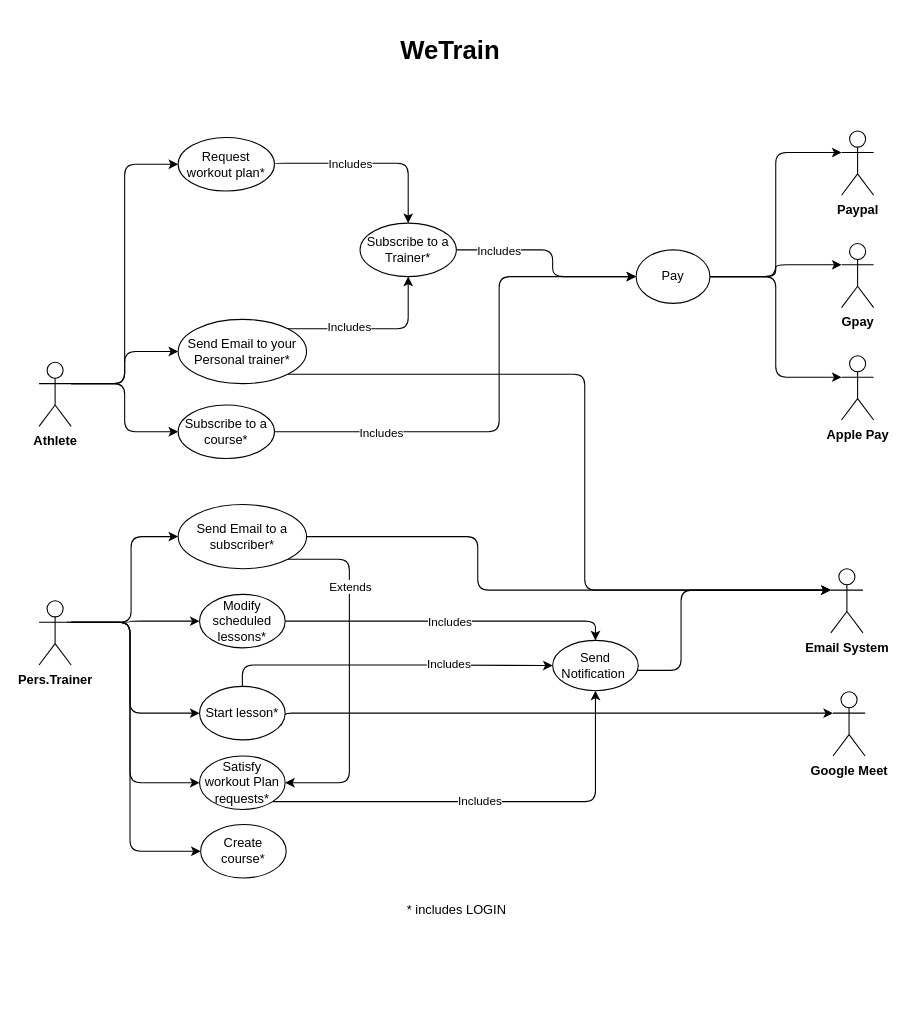
Bobbarello00/WeTrain keeps this draw.io diagram as UCdiagram.drawio. Above is the earlier version. Source tidied: cells renumbered, new cells numbered last; positions are measured from the earlier drawing's top-left corner, leaving out a move shared by most shapes. Both pictures are drawn from the tidied source at 107%, with x=0, y=0 at pixel (39, 24).
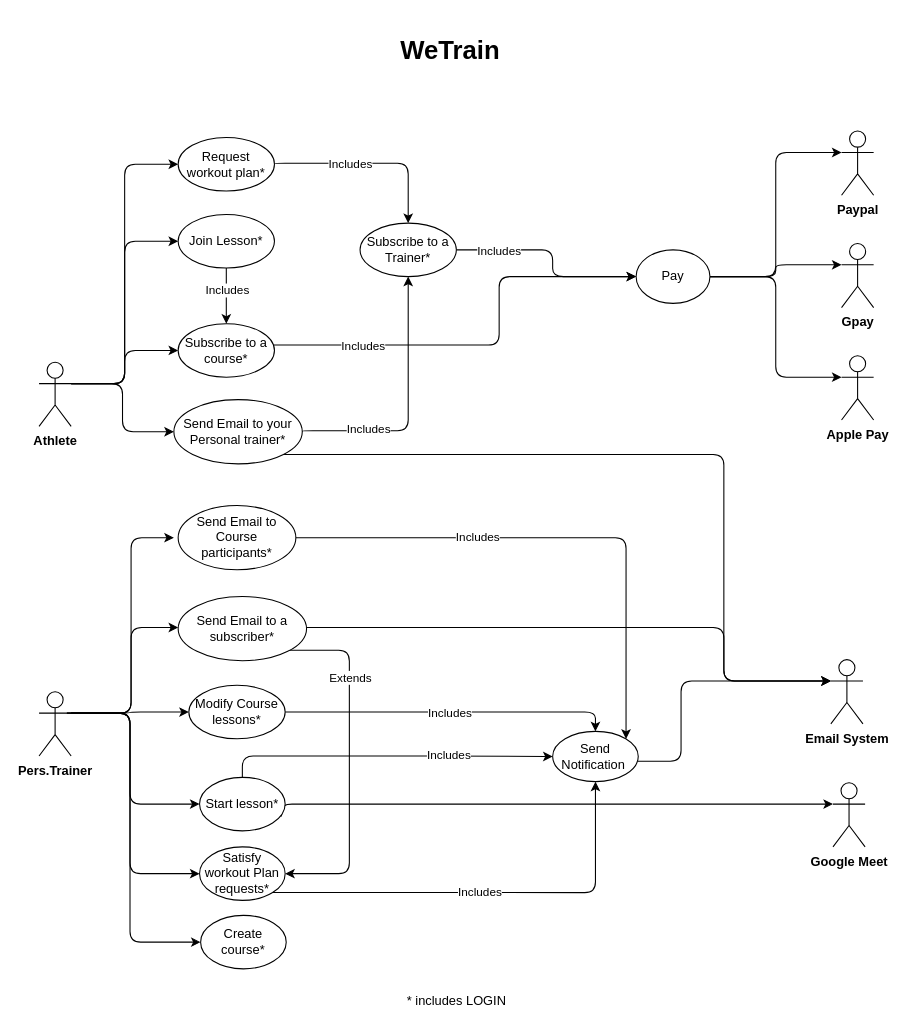
The same page after the edit.

The change refers to these unchanged cells:
```xml
<mxCell id="5" value="&lt;b&gt;Athlete&lt;/b&gt;" style="shape=umlActor;verticalLabelPosition=bottom;verticalAlign=top;html=1;outlineConnect=0;rounded=1;" parent="1" vertex="1">
  <mxGeometry y="316" width="30" height="60" as="geometry" />
</mxCell>
<mxCell id="39" value="Pay" style="ellipse;whiteSpace=wrap;html=1;rounded=1;" parent="1" vertex="1">
  <mxGeometry x="558" y="211" width="69" height="50" as="geometry" />
</mxCell>
<mxCell id="48" value="Subscribe to a Trainer*" style="ellipse;whiteSpace=wrap;html=1;rounded=1;" parent="1" vertex="1">
  <mxGeometry x="300" y="186" width="90" height="50" as="geometry" />
</mxCell>
```

The edit, as a diff of the source:
```diff
@@
+    <mxCell id="53" style="edgeStyle=orthogonalEdgeStyle;rounded=1;jettySize=auto;html=1;exitX=1;exitY=0.3333333333333333;exitDx=0;exitDy=0;exitPerimeter=0;entryX=0;entryY=0.5;entryDx=0;entryDy=0;" parent="1" edge="1" source="5" target="60">
+      <mxGeometry relative="1" as="geometry" />
+    </mxCell>
@@
     <mxCell id="6" style="edgeStyle=orthogonalEdgeStyle;rounded=1;jettySize=auto;html=1;exitX=1;exitY=0.3333333333333333;exitDx=0;exitDy=0;exitPerimeter=0;entryX=0;entryY=0.5;entryDx=0;entryDy=0;entryPerimeter=0;" parent="1" edge="1" source="11" target="18">
       <mxGeometry relative="1" as="geometry">
         <Array as="points">
-          <mxPoint x="85" y="559" />
-          <mxPoint x="85" y="558" />
+          <mxPoint x="85" y="644" />
+          <mxPoint x="85" y="643" />
         </Array>
       </mxGeometry>
     </mxCell>
     <mxCell id="7" style="edgeStyle=orthogonalEdgeStyle;rounded=1;jettySize=auto;html=1;exitX=1;exitY=0.3333333333333333;exitDx=0;exitDy=0;exitPerimeter=0;entryX=0;entryY=0.5;entryDx=0;entryDy=0;" parent="1" edge="1" source="11" target="21">
       <mxGeometry relative="1" as="geometry">
         <Array as="points">
-          <mxPoint x="85" y="559" />
           <mxPoint x="85" y="644" />
+          <mxPoint x="85" y="729" />
         </Array>
       </mxGeometry>
     </mxCell>
     <mxCell id="8" style="edgeStyle=orthogonalEdgeStyle;rounded=1;jettySize=auto;html=1;entryX=0;entryY=0.5;entryDx=0;entryDy=0;exitX=1;exitY=0.3333333333333333;exitDx=0;exitDy=0;exitPerimeter=0;" parent="1" edge="1" source="11" target="35">
       <mxGeometry relative="1" as="geometry">
         <Array as="points">
-          <mxPoint x="85" y="559" />
-          <mxPoint x="85" y="709" />
+          <mxPoint x="85" y="644" />
+          <mxPoint x="85" y="794" />
         </Array>
       </mxGeometry>
     </mxCell>
     <mxCell id="9" style="edgeStyle=orthogonalEdgeStyle;rounded=1;jettySize=auto;html=1;exitX=1;exitY=0.3333333333333333;exitDx=0;exitDy=0;exitPerimeter=0;entryX=0;entryY=0.5;entryDx=0;entryDy=0;" parent="1" edge="1" source="11" target="42">
       <mxGeometry relative="1" as="geometry">
         <Array as="points">
-          <mxPoint x="85" y="559" />
-          <mxPoint x="85" y="773" />
+          <mxPoint x="85" y="644" />
+          <mxPoint x="85" y="858" />
         </Array>
       </mxGeometry>
     </mxCell>
-    <mxCell id="10" style="edgeStyle=orthogonalEdgeStyle;rounded=1;jettySize=auto;html=1;exitX=1;exitY=0.3333333333333333;exitDx=0;exitDy=0;exitPerimeter=0;entryX=0;entryY=0.5;entryDx=0;entryDy=0;" parent="1" edge="1" target="52">
+    <mxCell id="10" style="edgeStyle=orthogonalEdgeStyle;rounded=1;orthogonalLoop=1;jettySize=auto;html=1;exitX=1;exitY=0.3333333333333333;exitDx=0;exitDy=0;exitPerimeter=0;entryX=0;entryY=0.5;entryDx=0;entryDy=0;" parent="1" edge="1">
       <mxGeometry relative="1" as="geometry">
-        <mxPoint x="26" y="559" as="sourcePoint" />
+        <mxPoint x="26" y="644" as="sourcePoint" />
+        <mxPoint x="130" y="564" as="targetPoint" />
         <Array as="points">
-          <mxPoint x="86" y="559" />
-          <mxPoint x="86" y="479" />
+          <mxPoint x="86" y="644" />
+          <mxPoint x="86" y="564" />
         </Array>
       </mxGeometry>
     </mxCell>
+    <mxCell id="54" style="edgeStyle=orthogonalEdgeStyle;rounded=1;orthogonalLoop=1;jettySize=auto;html=1;exitX=1;exitY=0.3333333333333333;exitDx=0;exitDy=0;exitPerimeter=0;entryX=0;entryY=0.5;entryDx=0;entryDy=0;" parent="1" edge="1">
+      <mxGeometry relative="1" as="geometry">
+        <mxPoint x="26" y="644" as="sourcePoint" />
+        <mxPoint x="126" y="480" as="targetPoint" />
+        <Array as="points">
+          <mxPoint x="86" y="644" />
+          <mxPoint x="86" y="480" />
+        </Array>
+      </mxGeometry>
+    </mxCell>
     <mxCell id="11" value="&lt;b&gt;Pers.Trainer&lt;/b&gt;" style="shape=umlActor;verticalLabelPosition=bottom;verticalAlign=top;html=1;outlineConnect=0;rounded=1;" parent="1" vertex="1">
-      <mxGeometry y="539" width="30" height="60" as="geometry" />
+      <mxGeometry y="624" width="30" height="60" as="geometry" />
     </mxCell>
@@
     <mxCell id="15" style="edgeStyle=orthogonalEdgeStyle;rounded=1;jettySize=auto;html=1;exitX=0.955;exitY=0.732;exitDx=0;exitDy=0;entryX=0;entryY=0.3333333333333333;entryDx=0;entryDy=0;entryPerimeter=0;exitPerimeter=0;" parent="1" edge="1" source="21" target="41">
       <mxGeometry relative="1" as="geometry">
         <Array as="points">
-          <mxPoint x="226" y="644" />
+          <mxPoint x="226" y="729" />
         </Array>
       </mxGeometry>
     </mxCell>
     <mxCell id="16" style="edgeStyle=orthogonalEdgeStyle;rounded=1;jettySize=auto;html=1;exitX=1;exitY=0.5;exitDx=0;exitDy=0;entryX=0.5;entryY=0;entryDx=0;entryDy=0;" parent="1" edge="1" source="18" target="23">
       <mxGeometry relative="1" as="geometry">
         <Array as="points">
-          <mxPoint x="230" y="558" />
-          <mxPoint x="520" y="558" />
+          <mxPoint x="230" y="643" />
+          <mxPoint x="520" y="643" />
         </Array>
       </mxGeometry>
     </mxCell>
@@
-    <mxCell id="18" value="Modify scheduled lessons*" style="ellipse;whiteSpace=wrap;html=1;rounded=1;" parent="1" vertex="1">
-      <mxGeometry x="150" y="533" width="80" height="50" as="geometry" />
+    <mxCell id="18" value="Modify Course lessons*" style="ellipse;whiteSpace=wrap;html=1;rounded=1;" parent="1" vertex="1">
+      <mxGeometry x="140" y="618" width="90" height="50" as="geometry" />
     </mxCell>
@@
     <mxCell id="21" value="Start lesson*" style="ellipse;whiteSpace=wrap;html=1;rounded=1;" parent="1" vertex="1">
-      <mxGeometry x="150" y="619" width="80" height="50" as="geometry" />
+      <mxGeometry x="150" y="704" width="80" height="50" as="geometry" />
     </mxCell>
     <mxCell id="22" style="edgeStyle=orthogonalEdgeStyle;rounded=1;jettySize=auto;html=1;entryX=0;entryY=0.3333333333333333;entryDx=0;entryDy=0;entryPerimeter=0;" parent="1" edge="1" source="23" target="44">
       <mxGeometry relative="1" as="geometry">
         <Array as="points">
-          <mxPoint x="600" y="604" />
-          <mxPoint x="600" y="529" />
+          <mxPoint x="600" y="689" />
+          <mxPoint x="600" y="614" />
         </Array>
       </mxGeometry>
     </mxCell>
     <mxCell id="23" value="Send Notification&amp;nbsp;" style="ellipse;whiteSpace=wrap;html=1;rounded=1;" parent="1" vertex="1">
-      <mxGeometry x="480" y="576" width="80" height="47" as="geometry" />
+      <mxGeometry x="480" y="661" width="80" height="47" as="geometry" />
     </mxCell>
-    <mxCell id="24" style="edgeStyle=orthogonalEdgeStyle;rounded=1;jettySize=auto;html=1;entryX=0.5;entryY=1;entryDx=0;entryDy=0;exitX=1;exitY=0;exitDx=0;exitDy=0;" parent="1" edge="1" source="27" target="48">
+    <mxCell id="24" style="edgeStyle=orthogonalEdgeStyle;rounded=1;jettySize=auto;html=1;entryX=0.5;entryY=1;entryDx=0;entryDy=0;exitX=1;exitY=0.5;exitDx=0;exitDy=0;" parent="1" edge="1" source="27" target="48">
       <mxGeometry relative="1" as="geometry">
         <Array as="points">
-          <mxPoint x="345" y="285" />
+          <mxPoint x="246" y="380" />
+          <mxPoint x="345" y="380" />
         </Array>
       </mxGeometry>
     </mxCell>
     <mxCell id="25" value="Includes" style="edgeLabel;html=1;align=center;verticalAlign=middle;rounded=1;" parent="24" vertex="1">
       <mxGeometry x="-0.61" y="1" relative="1" as="geometry">
-        <mxPoint x="26" y="-1" as="offset" />
+        <mxPoint x="14" y="-1" as="offset" />
       </mxGeometry>
     </mxCell>
     <mxCell id="26" style="edgeStyle=orthogonalEdgeStyle;rounded=1;jettySize=auto;html=1;exitX=1;exitY=1;exitDx=0;exitDy=0;entryX=0;entryY=0.3333333333333333;entryDx=0;entryDy=0;entryPerimeter=0;" parent="1" edge="1" source="27" target="44">
       <mxGeometry relative="1" as="geometry">
         <Array as="points">
-          <mxPoint x="510" y="327" />
-          <mxPoint x="510" y="529" />
+          <mxPoint x="640" y="402" />
+          <mxPoint x="640" y="614" />
         </Array>
       </mxGeometry>
     </mxCell>
     <mxCell id="27" value="Send Email to your Personal trainer*" style="ellipse;whiteSpace=wrap;html=1;rounded=1;" parent="1" vertex="1">
-      <mxGeometry x="130" y="276" width="120" height="60" as="geometry" />
+      <mxGeometry x="126" y="351" width="120" height="60" as="geometry" />
     </mxCell>
@@
     <mxCell id="35" value="Satisfy workout Plan requests*" style="ellipse;whiteSpace=wrap;html=1;rounded=1;" parent="1" vertex="1">
-      <mxGeometry x="150" y="684" width="80" height="50" as="geometry" />
+      <mxGeometry x="150" y="769" width="80" height="50" as="geometry" />
     </mxCell>
@@
     <mxCell id="41" value="&lt;b&gt;Google Meet&lt;br&gt;&lt;/b&gt;" style="shape=umlActor;verticalLabelPosition=bottom;verticalAlign=top;html=1;outlineConnect=0;rounded=1;" parent="1" vertex="1">
-      <mxGeometry x="742" y="624" width="30" height="60" as="geometry" />
+      <mxGeometry x="742" y="709" width="30" height="60" as="geometry" />
     </mxCell>
     <mxCell id="42" value="Create course*" style="ellipse;whiteSpace=wrap;html=1;rounded=1;" parent="1" vertex="1">
-      <mxGeometry x="151" y="748" width="80" height="50" as="geometry" />
+      <mxGeometry x="151" y="833" width="80" height="50" as="geometry" />
     </mxCell>
     <mxCell id="43" value="* includes LOGIN" style="text;html=1;align=center;verticalAlign=middle;strokeColor=none;fillColor=none;rounded=1;" parent="1" vertex="1">
-      <mxGeometry x="335" y="818" width="110" height="20" as="geometry" />
+      <mxGeometry x="335" y="903" width="110" height="20" as="geometry" />
     </mxCell>
     <mxCell id="44" value="&lt;b&gt;Email System&lt;br&gt;&lt;/b&gt;" style="shape=umlActor;verticalLabelPosition=bottom;verticalAlign=top;html=1;outlineConnect=0;rounded=1;" parent="1" vertex="1">
-      <mxGeometry x="740" y="509" width="30" height="60" as="geometry" />
+      <mxGeometry x="740" y="594" width="30" height="60" as="geometry" />
     </mxCell>
     <mxCell id="45" style="edgeStyle=orthogonalEdgeStyle;rounded=1;jettySize=auto;html=1;entryX=0;entryY=0.5;entryDx=0;entryDy=0;" parent="1" edge="1" source="47" target="39">
       <mxGeometry relative="1" as="geometry">
         <Array as="points">
-          <mxPoint x="430" y="381" />
+          <mxPoint x="430" y="300" />
           <mxPoint x="430" y="236" />
         </Array>
       </mxGeometry>
     </mxCell>
@@
     <mxCell id="47" value="Subscribe to a course*" style="ellipse;whiteSpace=wrap;html=1;rounded=1;" parent="1" vertex="1">
-      <mxGeometry x="130" y="356" width="90" height="50" as="geometry" />
+      <mxGeometry x="130" y="280" width="90" height="50" as="geometry" />
     </mxCell>
@@
-    <mxCell id="49" style="edgeStyle=orthogonalEdgeStyle;rounded=1;jettySize=auto;html=1;exitX=1;exitY=0.5;exitDx=0;exitDy=0;entryX=0;entryY=0.3333333333333333;entryDx=0;entryDy=0;entryPerimeter=0;" parent="1" edge="1" source="52" target="44">
+    <mxCell id="49" style="edgeStyle=orthogonalEdgeStyle;rounded=1;jettySize=auto;html=1;exitX=1;exitY=0.5;exitDx=0;exitDy=0;entryX=0;entryY=0.3333333333333333;entryDx=0;entryDy=0;entryPerimeter=0;" parent="1" edge="1" target="44">
       <mxGeometry relative="1" as="geometry">
+        <mxPoint x="250" y="564" as="sourcePoint" />
         <Array as="points">
-          <mxPoint x="410" y="479" />
-          <mxPoint x="410" y="529" />
+          <mxPoint x="640" y="564" />
+          <mxPoint x="640" y="614" />
         </Array>
       </mxGeometry>
     </mxCell>
-    <mxCell id="50" style="edgeStyle=orthogonalEdgeStyle;rounded=1;jettySize=auto;html=1;exitX=1;exitY=1;exitDx=0;exitDy=0;entryX=1;entryY=0.5;entryDx=0;entryDy=0;" parent="1" edge="1" source="52" target="35">
+    <mxCell id="50" style="edgeStyle=orthogonalEdgeStyle;rounded=1;jettySize=auto;html=1;exitX=1;exitY=1;exitDx=0;exitDy=0;entryX=1;entryY=0.5;entryDx=0;entryDy=0;" parent="1" edge="1" target="35">
       <mxGeometry relative="1" as="geometry">
+        <mxPoint x="232.4" y="585.2" as="sourcePoint" />
         <Array as="points">
-          <mxPoint x="290" y="500" />
-          <mxPoint x="290" y="709" />
+          <mxPoint x="290" y="585" />
+          <mxPoint x="290" y="794" />
         </Array>
       </mxGeometry>
     </mxCell>
@@
     <mxCell id="52" value="Send Email to a subscriber*" style="ellipse;whiteSpace=wrap;html=1;rounded=1;" parent="1" vertex="1">
-      <mxGeometry x="130" y="449" width="120" height="60" as="geometry" />
+      <mxGeometry x="130" y="535" width="120" height="60" as="geometry" />
     </mxCell>
+    <mxCell id="55" style="edgeStyle=orthogonalEdgeStyle;rounded=1;jettySize=auto;html=1;exitX=1;exitY=0.5;exitDx=0;exitDy=0;entryX=1;entryY=0;entryDx=0;entryDy=0;" parent="1" edge="1" source="57" target="23">
+      <mxGeometry relative="1" as="geometry">
+        <Array as="points">
+          <mxPoint x="549" y="480" />
+        </Array>
+      </mxGeometry>
+    </mxCell>
+    <mxCell id="56" value="Includes" style="edgeLabel;html=1;align=center;verticalAlign=middle;" parent="55" vertex="1">
+      <mxGeometry x="-0.32" y="-3" relative="1" as="geometry">
+        <mxPoint y="-4" as="offset" />
+      </mxGeometry>
+    </mxCell>
+    <mxCell id="57" value="Send Email to Course participants*" style="ellipse;whiteSpace=wrap;html=1;rounded=1;" parent="1" vertex="1">
+      <mxGeometry x="130" y="450" width="110" height="60" as="geometry" />
+    </mxCell>
+    <mxCell id="58" style="edgeStyle=orthogonalEdgeStyle;rounded=1;jettySize=auto;html=1;exitX=0.5;exitY=1;exitDx=0;exitDy=0;entryX=0.5;entryY=0;entryDx=0;entryDy=0;" parent="1" edge="1" source="60" target="47">
+      <mxGeometry relative="1" as="geometry" />
+    </mxCell>
+    <mxCell id="59" value="Includes" style="edgeLabel;html=1;align=center;verticalAlign=middle;" parent="58" vertex="1">
+      <mxGeometry x="-0.38" y="3" relative="1" as="geometry">
+        <mxPoint x="-3" y="4" as="offset" />
+      </mxGeometry>
+    </mxCell>
+    <mxCell id="60" value="Join Lesson*" style="ellipse;whiteSpace=wrap;html=1;rounded=1;" parent="1" vertex="1">
+      <mxGeometry x="130" y="178" width="90" height="50" as="geometry" />
+    </mxCell>
```
